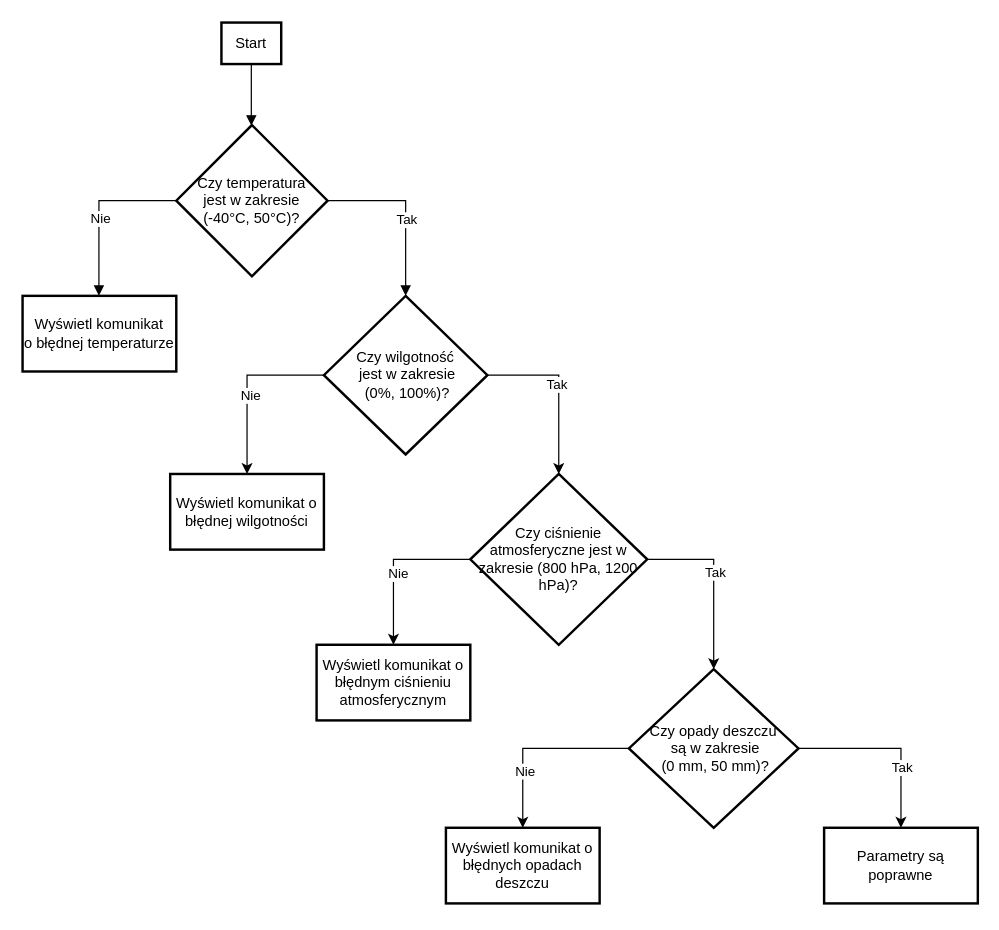
Earlier version of the draw.io diagram diagram4.1.1.drawio (zawoj/Wbudowane). Source tidied: cells renumbered, new cells numbered last; positions are measured from the earlier drawing's top-left corner, leaving out a move shared by most shapes. Both pictures are drawn from the tidied source at 122%, with x=0, y=0 at pixel (22, 22).
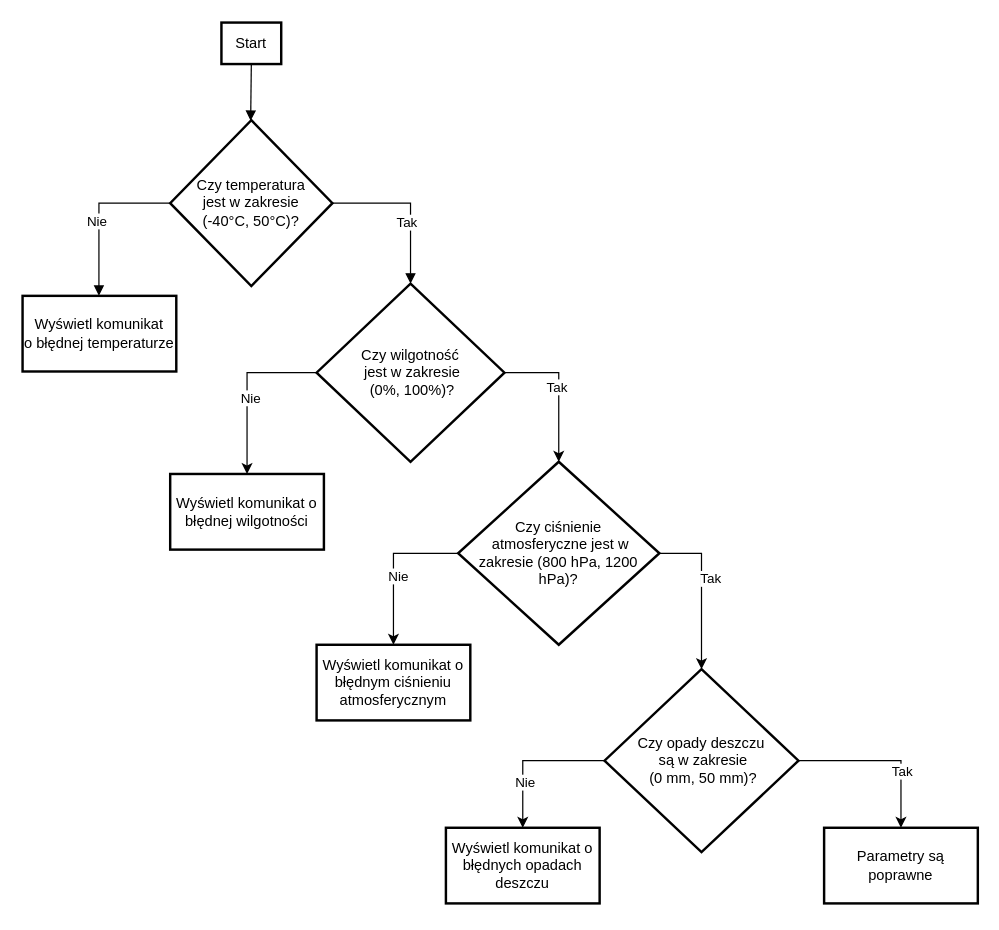
The same page after the edit.

Diff of the diagram source:
```diff
@@
     <mxCell id="3" value="Czy temperatura&#10; jest w zakresie&#10; (-40°C, 50°C)?" style="rhombus;strokeWidth=2;whiteSpace=wrap;" parent="1" vertex="1">
-      <mxGeometry x="126" y="84" width="124" height="124" as="geometry" />
+      <mxGeometry x="121" y="80" width="133" height="136" as="geometry" />
     </mxCell>
@@
     <mxCell id="14" value="Czy wilgotność&#10; jest w zakresie&#10; (0%, 100%)?" style="rhombus;strokeWidth=2;whiteSpace=wrap;" parent="1" vertex="1">
-      <mxGeometry x="247" y="224" width="134" height="130" as="geometry" />
+      <mxGeometry x="241" y="214" width="154" height="146" as="geometry" />
     </mxCell>
@@
     <mxCell id="19" value="Czy opady deszczu&#10; są w zakresie&#10; (0 mm, 50 mm)?" style="rhombus;strokeWidth=2;whiteSpace=wrap;" parent="1" vertex="1">
-      <mxGeometry x="497" y="530" width="139" height="130" as="geometry" />
+      <mxGeometry x="477" y="530" width="159" height="150" as="geometry" />
     </mxCell>
@@
-    <mxCell id="24" value="Czy ciśnienie atmosferyczne jest w zakresie (800 hPa, 1200 hPa)?" style="rhombus;strokeWidth=2;whiteSpace=wrap;" parent="1" vertex="1">
-      <mxGeometry x="367" y="370" width="145" height="140" as="geometry" />
+    <mxCell id="24" value="Czy ciśnienie&#10; atmosferyczne jest w zakresie (800 hPa, 1200 hPa)?" style="rhombus;strokeWidth=2;whiteSpace=wrap;" parent="1" vertex="1">
+      <mxGeometry x="357" y="360" width="165" height="150" as="geometry" />
     </mxCell>
```
